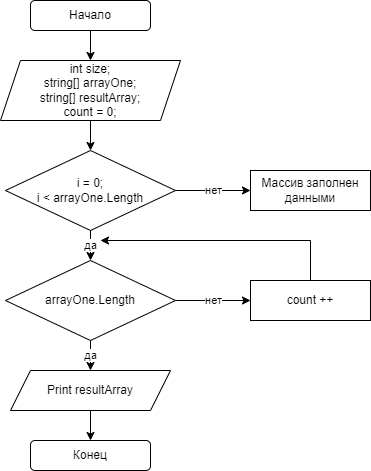
Before: final-project.png, a diagram exported from draw.io (Alice2506/final-project). Source tidied: cells renumbered, new cells last; positions are measured from the earlier drawing's top-left corner, leaving out a move shared by most shapes.
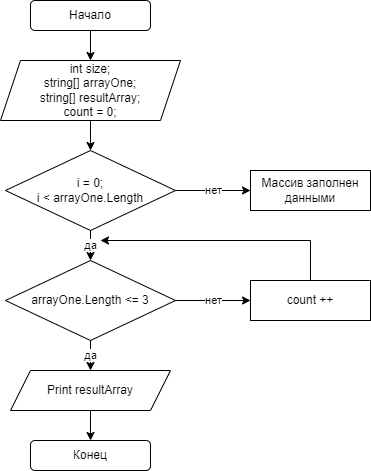
After the change.

Commit message:
corrections to the graphic view

Change to the diagram source:
```diff
@@ -32,7 +32,7 @@
     <mxCell id="11" value="да" style="edgeStyle=orthogonalEdgeStyle;rounded=0;jettySize=auto;html=1;" parent="1" edge="1" source="12" target="16">
       <mxGeometry relative="1" as="geometry" />
     </mxCell>
-    <mxCell id="12" value="arrayOne.Length" style="rhombus;whiteSpace=wrap;html=1;" parent="1" vertex="1">
+    <mxCell id="12" value="arrayOne.Length &amp;lt;= 3" style="rhombus;whiteSpace=wrap;html=1;" parent="1" vertex="1">
       <mxGeometry x="5" y="260" width="170" height="80" as="geometry" />
     </mxCell>
     <mxCell id="13" style="edgeStyle=orthogonalEdgeStyle;rounded=0;jettySize=auto;html=1;" parent="1" edge="1" source="14">
```
